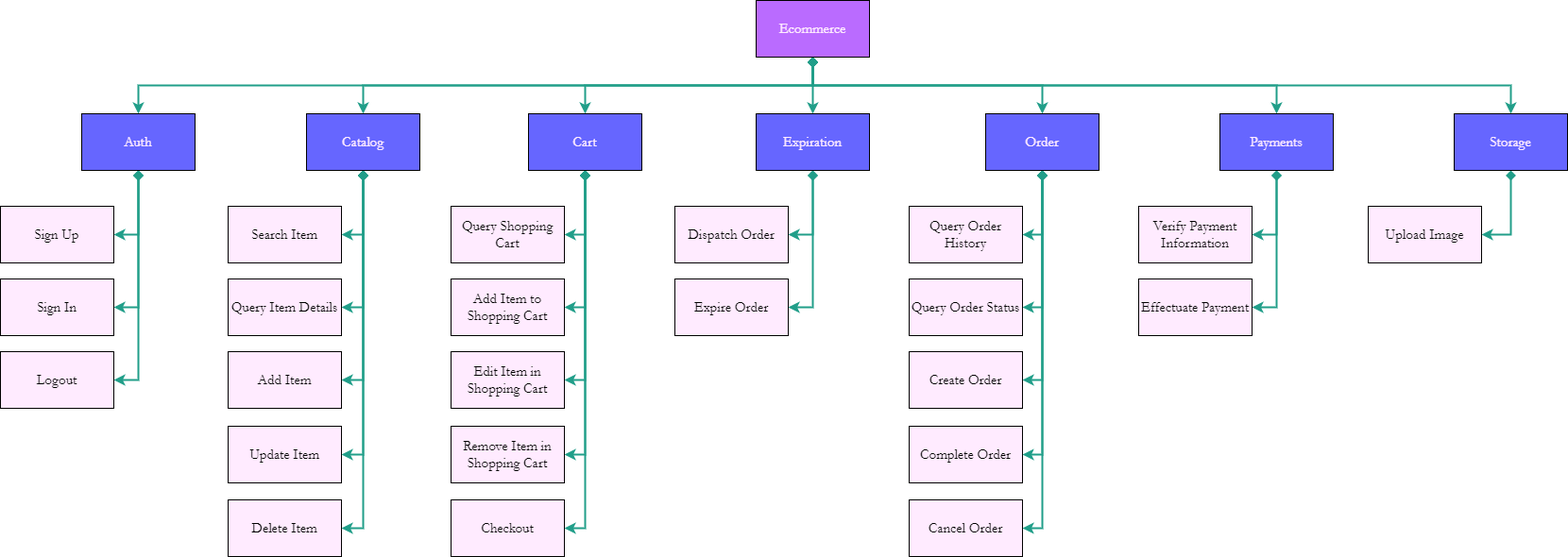
This is documentation/images/decomposition_view.png from Jonatlop07/EcommerceApp, a draw.io export, as it was before one commit. Source tidied: cells renumbered, new cells last; positions are measured from the earlier drawing's top-left corner, leaving out a move shared by most shapes.
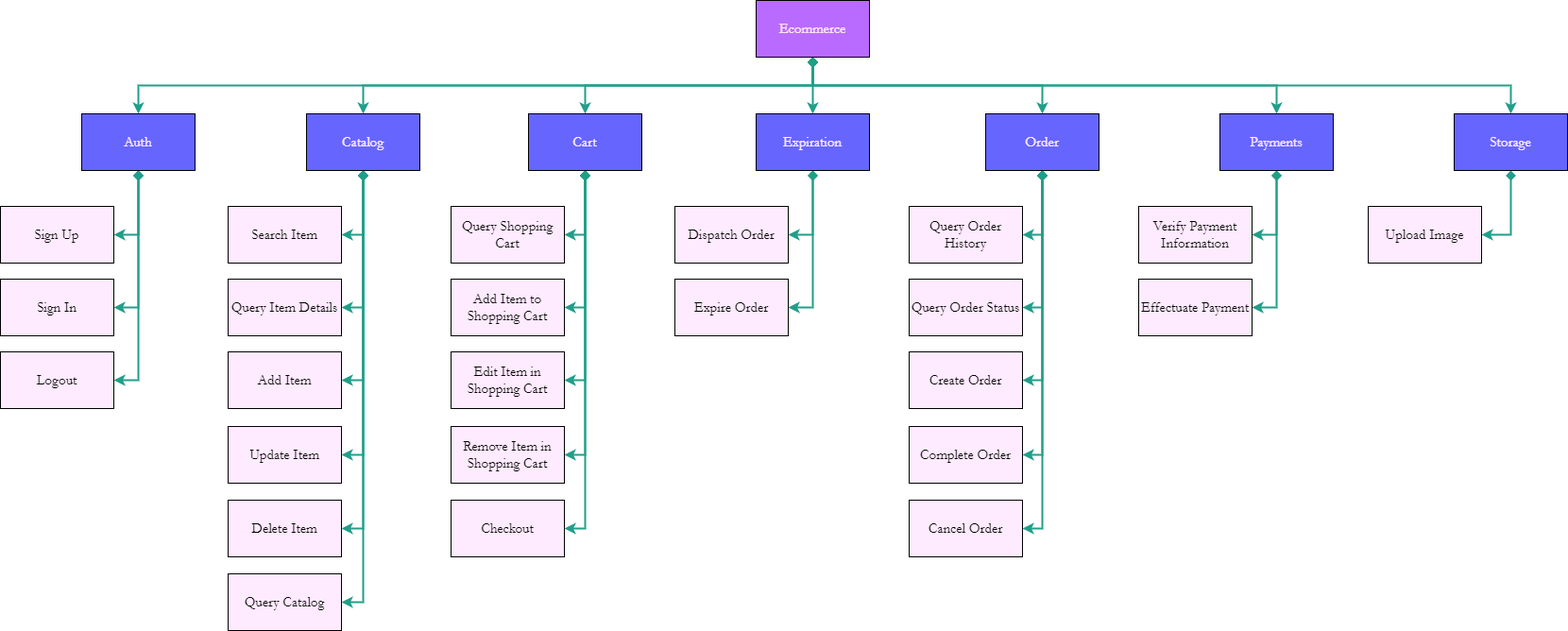
After the change.

Commit message:
<<Query Catalog, Functional Test, Red>>

Diff of the diagram source:
```diff
@@ -41,6 +41,9 @@
     <mxCell id="14" style="edgeStyle=orthogonalEdgeStyle;rounded=0;jettySize=auto;html=1;exitX=0.5;exitY=1;exitDx=0;exitDy=0;entryX=1;entryY=0.5;entryDx=0;entryDy=0;fontFamily=Garamond;fontSize=15;fontColor=#000000;startArrow=diamond;startFill=1;strokeColor=#219E89;strokeWidth=2;" parent="1" edge="1" source="15" target="51">
       <mxGeometry relative="1" as="geometry" />
     </mxCell>
+    <mxCell id="63" style="edgeStyle=orthogonalEdgeStyle;rounded=0;jettySize=auto;html=1;exitX=0.5;exitY=1;exitDx=0;exitDy=0;entryX=1;entryY=0.5;entryDx=0;entryDy=0;strokeWidth=2;strokeColor=#219E89;" parent="1" edge="1" source="15" target="64">
+      <mxGeometry relative="1" as="geometry" />
+    </mxCell>
     <mxCell id="15" value="Catalog" style="rounded=0;whiteSpace=wrap;html=1;fontFamily=Garamond;fontSize=15;fontColor=#FFEBFF;fillColor=#6666FF;" parent="1" vertex="1">
       <mxGeometry x="324" y="120" width="120" height="60" as="geometry" />
     </mxCell>
@@ -185,5 +188,8 @@
     <mxCell id="62" value="Expire Order" style="rounded=0;whiteSpace=wrap;html=1;fontFamily=Garamond;fontSize=15;fontColor=#000000;fillColor=#FFEBFF;labelBackgroundColor=none;" parent="1" vertex="1">
       <mxGeometry x="714" y="295" width="120" height="60" as="geometry" />
     </mxCell>
+    <mxCell id="64" value="Query Catalog" style="rounded=0;whiteSpace=wrap;html=1;fontFamily=Garamond;fontSize=15;fontColor=#000000;fillColor=#FFEBFF;labelBackgroundColor=none;" parent="1" vertex="1">
+      <mxGeometry x="241" y="607" width="120" height="60" as="geometry" />
+    </mxCell>
   </root>
 </mxGraphModel>
```
